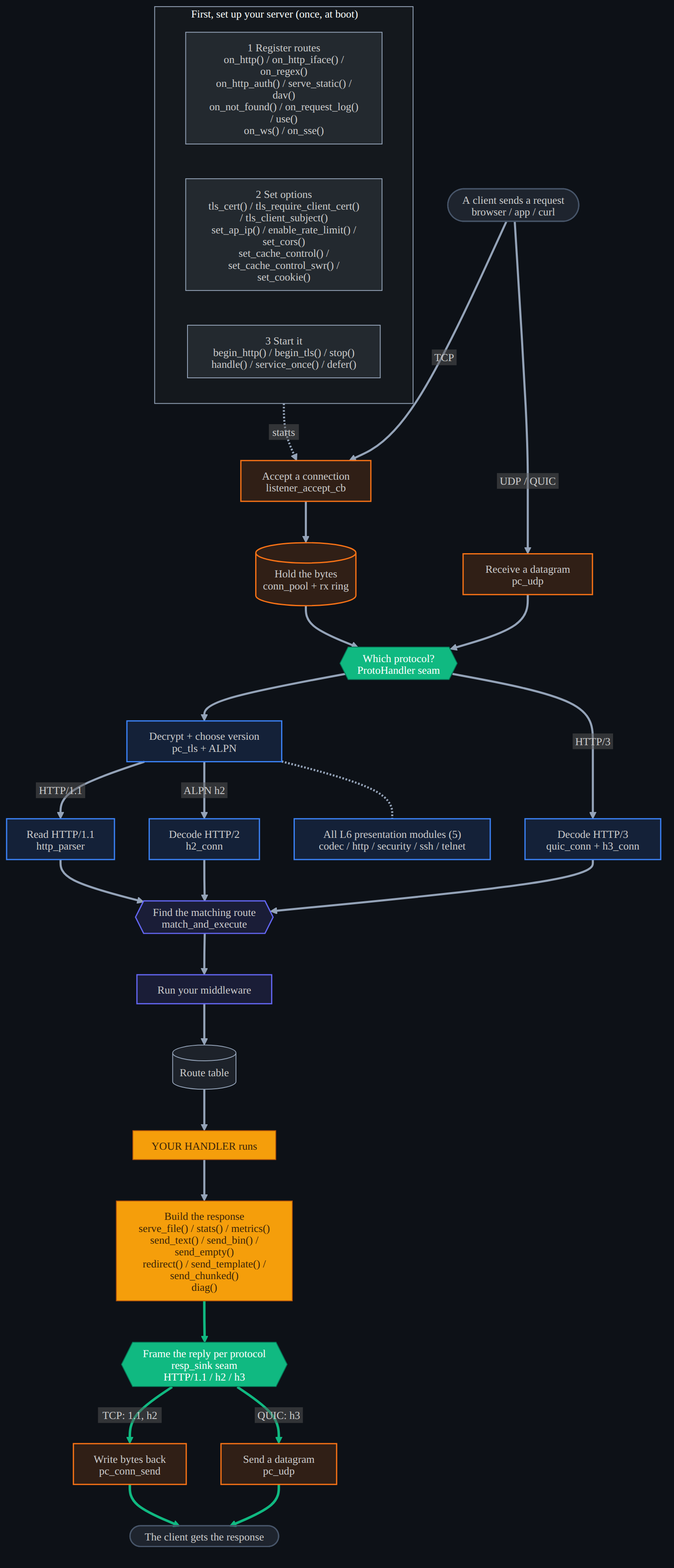
Before: docs/diagrams/api_flow_detail.dark.png, a diagram exported from Mermaid (dstroy0/DeterministicESPAsyncWebServer). Its source is kept beside it as docs/diagrams/api_flow_detail.mmd.
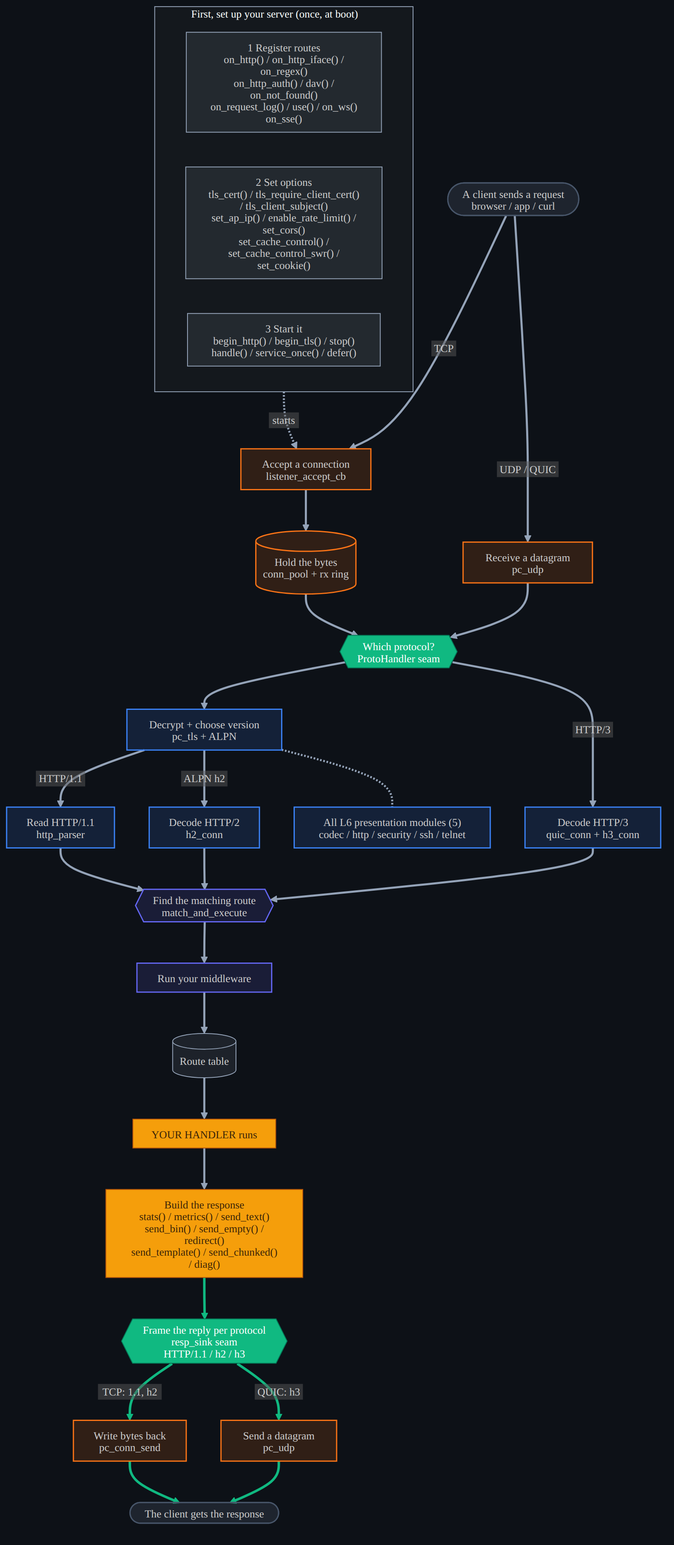
The same file after the commit.

Commit message:
docs: regenerate feature tables + configurator + build_opt.h + example index [skip ci]

Diff of the diagram source:
```diff
@@ -2,7 +2,7 @@
 flowchart TB
   subgraph SETUP["First, set up your server (once, at boot)"]
     direction LR
-    reg["1 Register routes<br/>on_http() / on_http_iface() / on_regex()<br/>on_http_auth() / serve_static() / dav()<br/>on_not_found() / on_request_log() / use()<br/>on_ws() / on_sse()"]
+    reg["1 Register routes<br/>on_http() / on_http_iface() / on_regex()<br/>on_http_auth() / dav() / on_not_found()<br/>on_request_log() / use() / on_ws()<br/>on_sse()"]
     cfg["2 Set options<br/>tls_cert() / tls_require_client_cert() / tls_client_subject()<br/>set_ap_ip() / enable_rate_limit() / set_cors()<br/>set_cache_control() / set_cache_control_swr() / set_cookie()"]
     run["3 Start it<br/>begin_http() / begin_tls() / stop()<br/>handle() / service_once() / defer()"]
   end
@@ -20,7 +20,7 @@
   mw["Run your middleware"]
   routes[("Route table")]
   handler["YOUR HANDLER runs"]
-  resp["Build the response<br/>serve_file() / stats() / metrics()<br/>send_text() / send_bin() / send_empty()<br/>redirect() / send_template() / send_chunked()<br/>diag()"]
+  resp["Build the response<br/>stats() / metrics() / send_text()<br/>send_bin() / send_empty() / redirect()<br/>send_template() / send_chunked() / diag()"]
   sink{{"Frame the reply per protocol<br/>resp_sink seam<br/>HTTP/1.1 / h2 / h3"}}
   consend["Write bytes back<br/>pc_conn_send"]
   udptx["Send a datagram<br/>pc_udp"]
```
